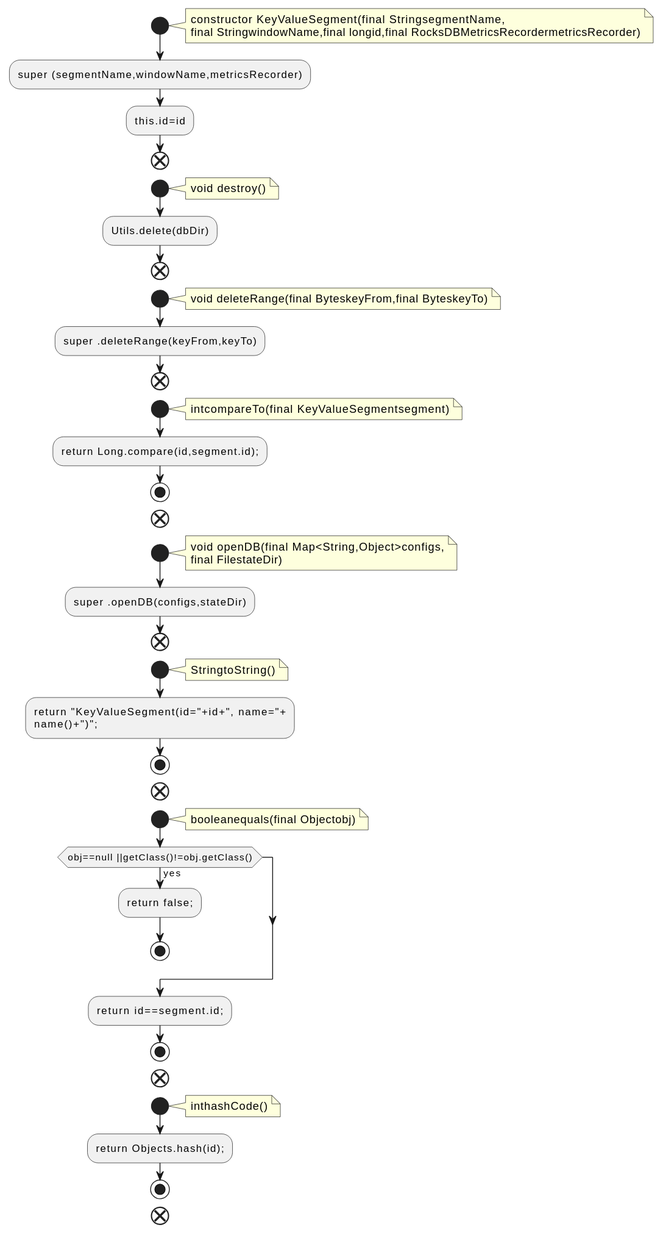
Above: docs/qc/streams/src/main/java/org/apache/kafka/streams/state/internals/KeyValueSegment.java.fct.svg in qualitesys/kafka (PlantUML), before the change.
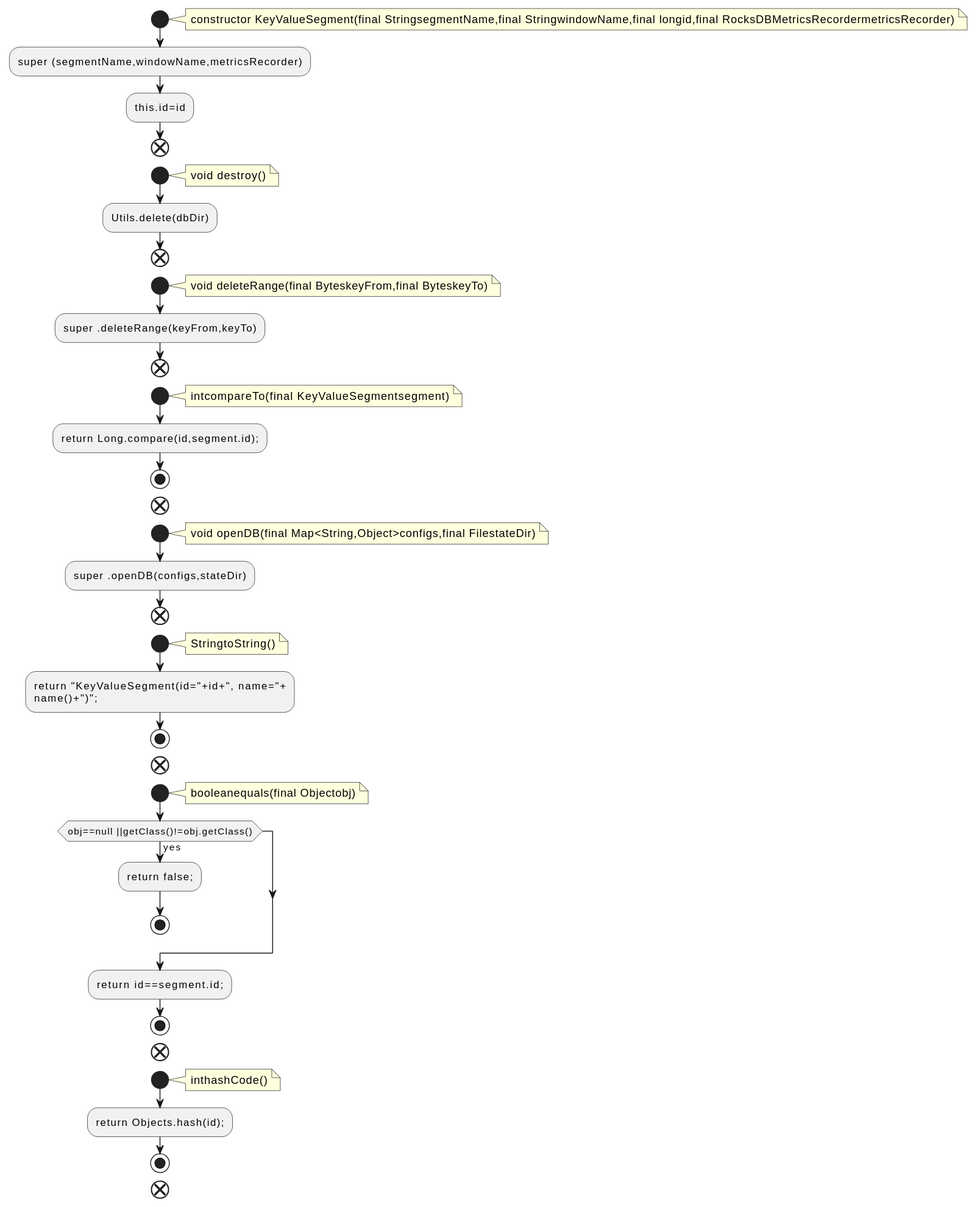
The same diagram one commit later.

What changed in the source:
```diff
@@ -2,8 +2,7 @@
 !pragma layout smetana
 start
 note right
-constructor KeyValueSegment(final StringsegmentName,
-final StringwindowName,final longid,final RocksDBMetricsRecordermetricsRecorder)
+constructor KeyValueSegment(final StringsegmentName,final StringwindowName,final longid,final RocksDBMetricsRecordermetricsRecorder)
 end note
 :super (segmentName,windowName,metricsRecorder);
 :this.id=id;
@@ -29,8 +28,7 @@
 end
 start
 note right
-void openDB(final Map<String,Object>configs,
-final FilestateDir)
+void openDB(final Map<String,Object>configs,final FilestateDir)
 end note
 :super .openDB(configs,stateDir);
 end
```
